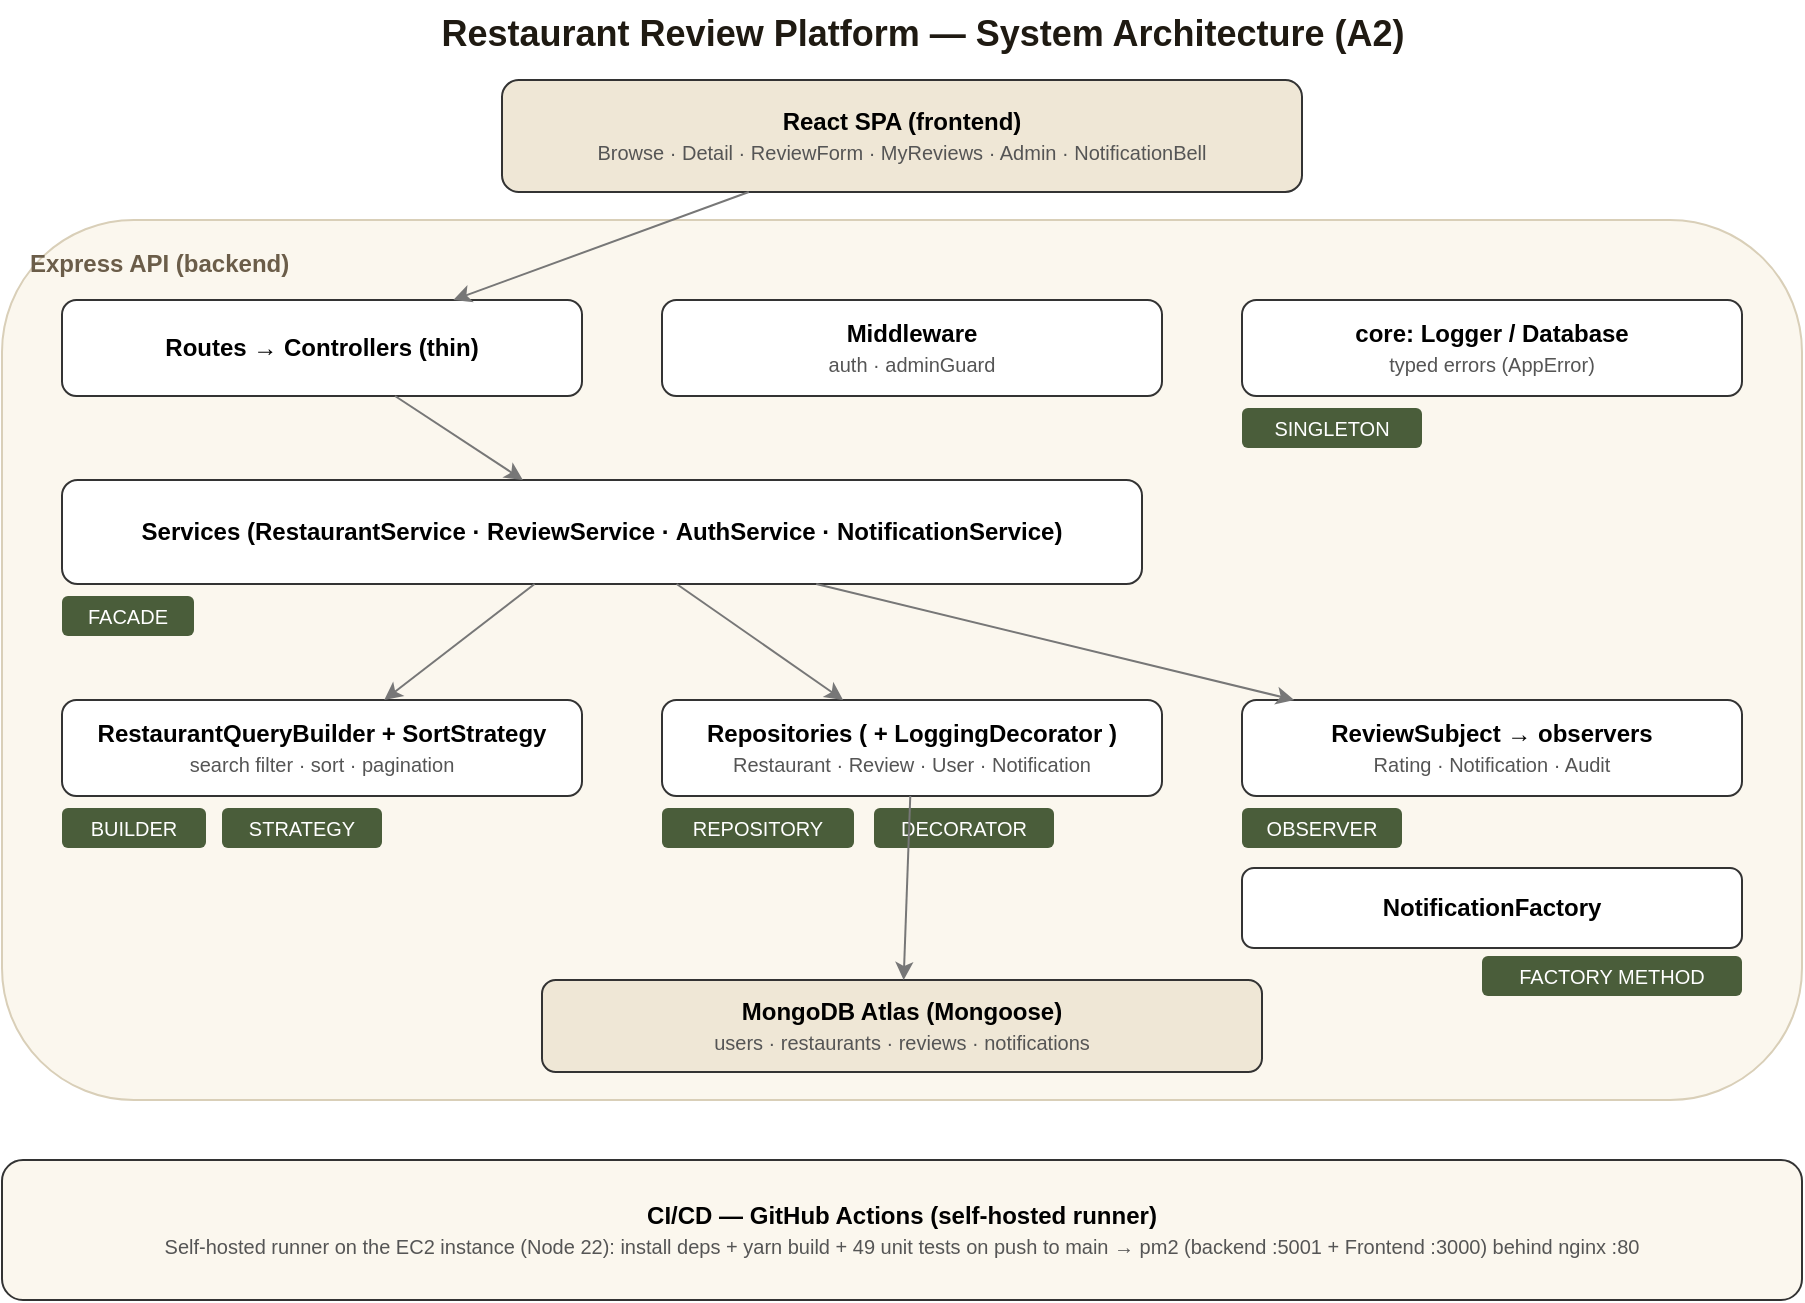
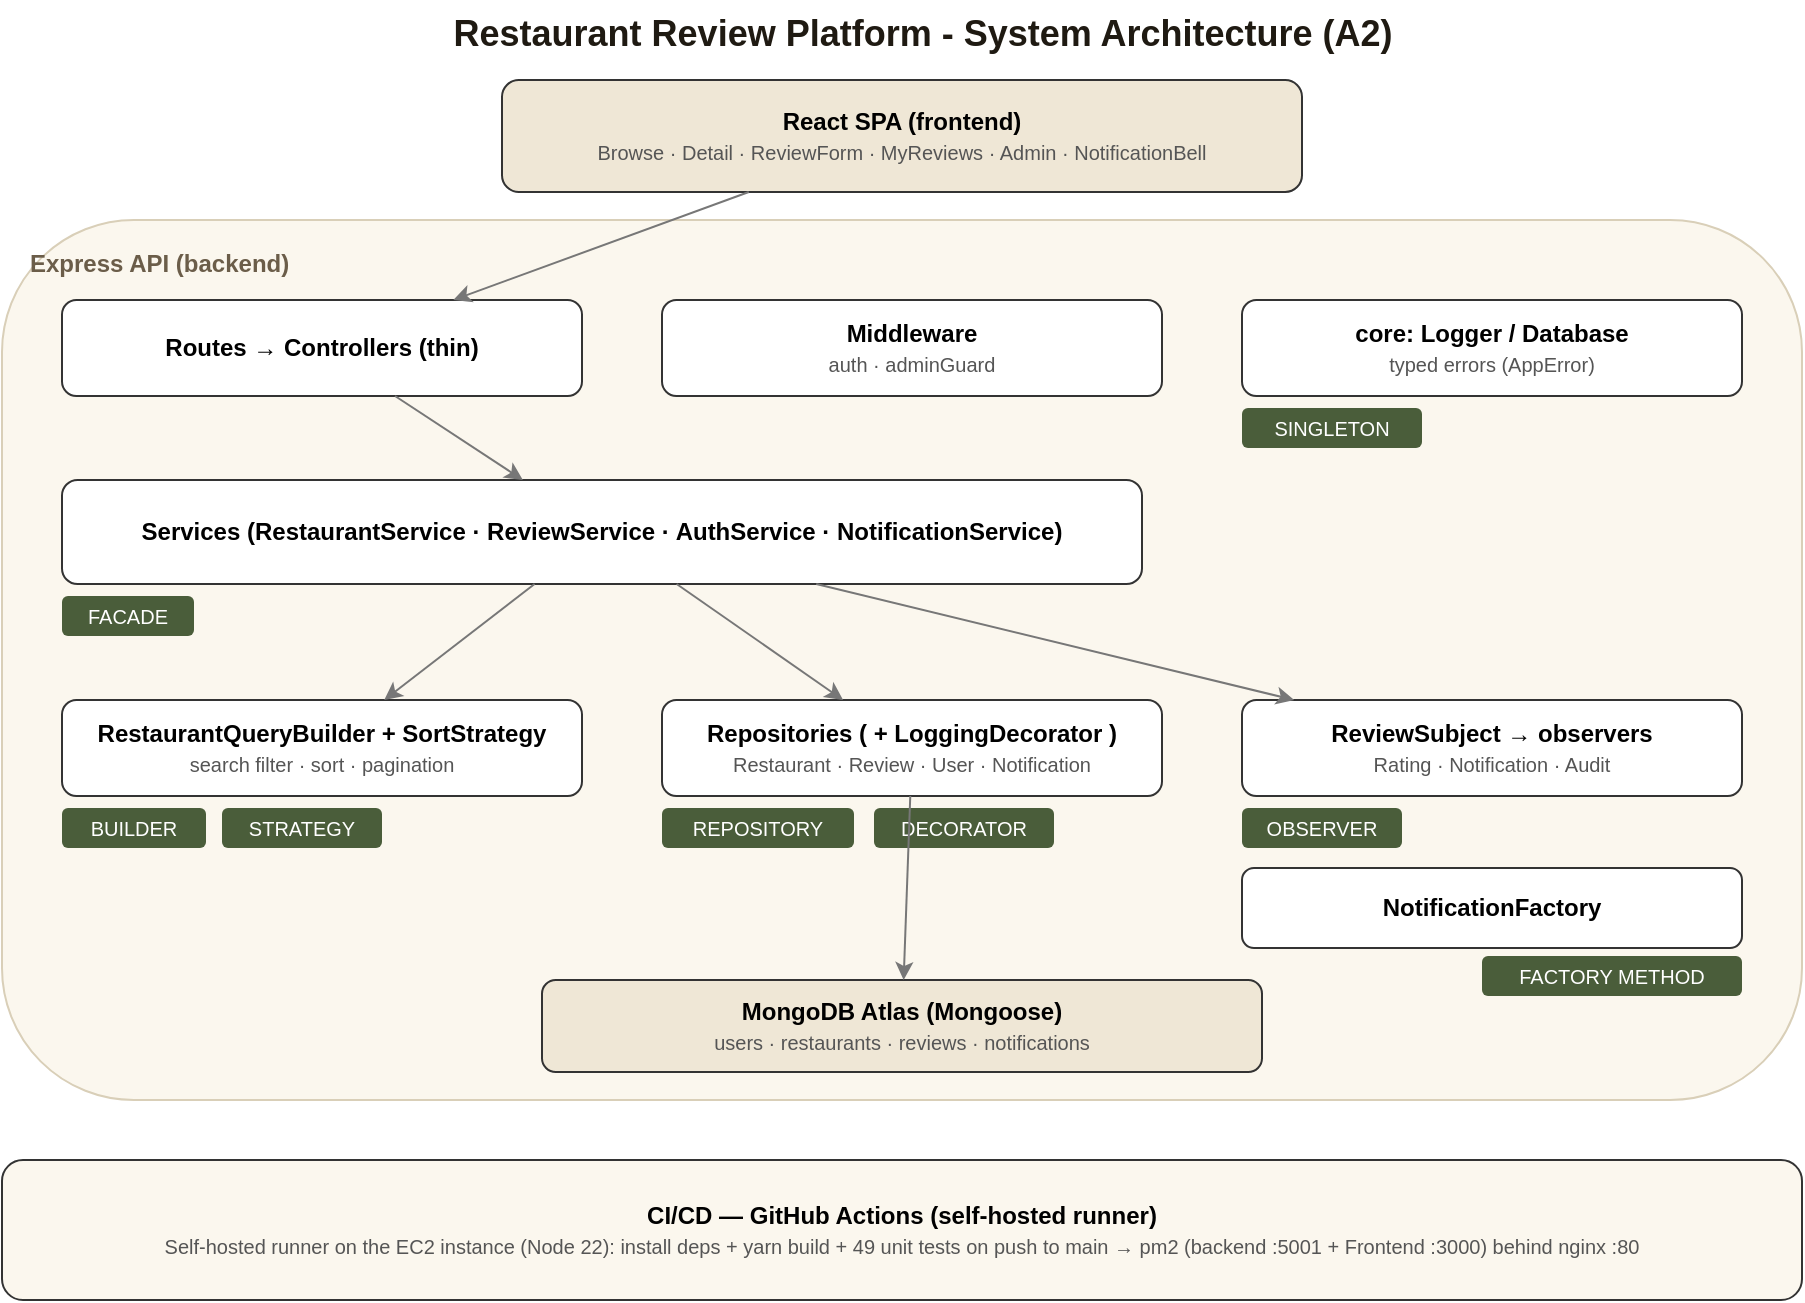
<mxfile host="app.diagrams.net">
  <diagram name="A2 Architecture" id="XVUYh14gW6tMlPhv5NIC">
    <mxGraphModel dx="1212" dy="661" grid="1" gridSize="10" guides="1" tooltips="1" connect="1" arrows="1" fold="1" page="1" pageScale="1" pageWidth="827" pageHeight="1169" math="0" shadow="0">
      <root>
        <mxCell id="0" />
        <mxCell id="1" parent="0" />
-         <mxCell id="4VYVwwqch_8uv3UDrX3S-1" parent="1" style="text;html=1;align=center;fontSize=18;fontStyle=1;fontColor=#1F1A12;" value="Restaurant Review Platform — System Architecture (A2)" vertex="1">
+         <mxCell id="4VYVwwqch_8uv3UDrX3S-1" parent="1" style="text;html=1;align=center;fontSize=18;fontStyle=1;fontColor=#1F1A12;" value="Restaurant Review Platform - System Architecture (A2)" vertex="1">
          <mxGeometry height="30" width="600" x="350" y="180" as="geometry" />
        </mxCell>
        <mxCell id="4VYVwwqch_8uv3UDrX3S-2" parent="1" style="rounded=1;whiteSpace=wrap;html=1;fillColor=#FBF7EE;strokeColor=#D9CFB8;verticalAlign=top;align=left;spacingLeft=12;spacingTop=8;fontSize=12;fontStyle=1;fontColor=#6B5D49;" value="Express API (backend)" vertex="1">
          <mxGeometry height="440" width="900" x="190" y="290" as="geometry" />
        </mxCell>
        <mxCell id="4VYVwwqch_8uv3UDrX3S-3" parent="1" style="rounded=1;whiteSpace=wrap;html=1;fillColor=#EFE7D6;strokeColor=#333333;fontSize=12;" value="&lt;b&gt;React SPA (frontend)&lt;/b&gt;&lt;br&gt;&lt;font style=&#39;font-size:10px;color:#555&#39;&gt;Browse · Detail · ReviewForm · MyReviews · Admin · NotificationBell&lt;/font&gt;" vertex="1">
          <mxGeometry height="56" width="400" x="440" y="220" as="geometry" />
        </mxCell>
        <mxCell id="4VYVwwqch_8uv3UDrX3S-4" parent="1" style="rounded=1;whiteSpace=wrap;html=1;fillColor=#FFFFFF;strokeColor=#333333;fontSize=12;" value="&lt;b&gt;Routes → Controllers (thin)&lt;/b&gt;" vertex="1">
          <mxGeometry height="48" width="260" x="220" y="330" as="geometry" />
        </mxCell>
        <mxCell id="4VYVwwqch_8uv3UDrX3S-5" parent="1" style="rounded=1;whiteSpace=wrap;html=1;fillColor=#FFFFFF;strokeColor=#333333;fontSize=12;" value="&lt;b&gt;Middleware&lt;/b&gt;&lt;br&gt;&lt;font style=&#39;font-size:10px;color:#555&#39;&gt;auth · adminGuard&lt;/font&gt;" vertex="1">
          <mxGeometry height="48" width="250" x="520" y="330" as="geometry" />
        </mxCell>
        <mxCell id="4VYVwwqch_8uv3UDrX3S-6" parent="1" style="rounded=1;whiteSpace=wrap;html=1;fillColor=#FFFFFF;strokeColor=#333333;fontSize=12;" value="&lt;b&gt;core: Logger / Database&lt;/b&gt;&lt;br&gt;&lt;font style=&#39;font-size:10px;color:#555&#39;&gt;typed errors (AppError)&lt;/font&gt;" vertex="1">
          <mxGeometry height="48" width="250" x="810" y="330" as="geometry" />
        </mxCell>
        <mxCell id="4VYVwwqch_8uv3UDrX3S-7" parent="1" style="rounded=1;whiteSpace=wrap;html=1;fillColor=#4A5D3A;strokeColor=none;fontColor=#FFFFFF;fontSize=10;" value="SINGLETON" vertex="1">
          <mxGeometry height="20" width="90" x="810" y="384" as="geometry" />
        </mxCell>
        <mxCell id="4VYVwwqch_8uv3UDrX3S-8" parent="1" style="rounded=1;whiteSpace=wrap;html=1;fillColor=#FFFFFF;strokeColor=#333333;fontSize=12;" value="&lt;b&gt;Services (RestaurantService · ReviewService · AuthService · NotificationService)&lt;/b&gt;" vertex="1">
          <mxGeometry height="52" width="540" x="220" y="420" as="geometry" />
        </mxCell>
        <mxCell id="4VYVwwqch_8uv3UDrX3S-9" parent="1" style="rounded=1;whiteSpace=wrap;html=1;fillColor=#4A5D3A;strokeColor=none;fontColor=#FFFFFF;fontSize=10;" value="FACADE" vertex="1">
          <mxGeometry height="20" width="66" x="220" y="478" as="geometry" />
        </mxCell>
        <mxCell id="4VYVwwqch_8uv3UDrX3S-10" parent="1" style="rounded=1;whiteSpace=wrap;html=1;fillColor=#FFFFFF;strokeColor=#333333;fontSize=12;" value="&lt;b&gt;RestaurantQueryBuilder + SortStrategy&lt;/b&gt;&lt;br&gt;&lt;font style=&#39;font-size:10px;color:#555&#39;&gt;search filter · sort · pagination&lt;/font&gt;" vertex="1">
          <mxGeometry height="48" width="260" x="220" y="530" as="geometry" />
        </mxCell>
        <mxCell id="4VYVwwqch_8uv3UDrX3S-11" parent="1" style="rounded=1;whiteSpace=wrap;html=1;fillColor=#4A5D3A;strokeColor=none;fontColor=#FFFFFF;fontSize=10;" value="BUILDER" vertex="1">
          <mxGeometry height="20" width="72" x="220" y="584" as="geometry" />
        </mxCell>
        <mxCell id="4VYVwwqch_8uv3UDrX3S-12" parent="1" style="rounded=1;whiteSpace=wrap;html=1;fillColor=#4A5D3A;strokeColor=none;fontColor=#FFFFFF;fontSize=10;" value="STRATEGY" vertex="1">
          <mxGeometry height="20" width="80" x="300" y="584" as="geometry" />
        </mxCell>
        <mxCell id="4VYVwwqch_8uv3UDrX3S-13" parent="1" style="rounded=1;whiteSpace=wrap;html=1;fillColor=#FFFFFF;strokeColor=#333333;fontSize=12;" value="&lt;b&gt;Repositories ( + LoggingDecorator )&lt;/b&gt;&lt;br&gt;&lt;font style=&#39;font-size:10px;color:#555&#39;&gt;Restaurant · Review · User · Notification&lt;/font&gt;" vertex="1">
          <mxGeometry height="48" width="250" x="520" y="530" as="geometry" />
        </mxCell>
        <mxCell id="4VYVwwqch_8uv3UDrX3S-14" parent="1" style="rounded=1;whiteSpace=wrap;html=1;fillColor=#4A5D3A;strokeColor=none;fontColor=#FFFFFF;fontSize=10;" value="REPOSITORY" vertex="1">
          <mxGeometry height="20" width="96" x="520" y="584" as="geometry" />
        </mxCell>
        <mxCell id="4VYVwwqch_8uv3UDrX3S-15" parent="1" style="rounded=1;whiteSpace=wrap;html=1;fillColor=#4A5D3A;strokeColor=none;fontColor=#FFFFFF;fontSize=10;" value="DECORATOR" vertex="1">
          <mxGeometry height="20" width="90" x="626" y="584" as="geometry" />
        </mxCell>
        <mxCell id="4VYVwwqch_8uv3UDrX3S-16" parent="1" style="rounded=1;whiteSpace=wrap;html=1;fillColor=#FFFFFF;strokeColor=#333333;fontSize=12;" value="&lt;b&gt;ReviewSubject → observers&lt;/b&gt;&lt;br&gt;&lt;font style=&#39;font-size:10px;color:#555&#39;&gt;Rating · Notification · Audit&lt;/font&gt;" vertex="1">
          <mxGeometry height="48" width="250" x="810" y="530" as="geometry" />
        </mxCell>
        <mxCell id="4VYVwwqch_8uv3UDrX3S-17" parent="1" style="rounded=1;whiteSpace=wrap;html=1;fillColor=#4A5D3A;strokeColor=none;fontColor=#FFFFFF;fontSize=10;" value="OBSERVER" vertex="1">
          <mxGeometry height="20" width="80" x="810" y="584" as="geometry" />
        </mxCell>
        <mxCell id="4VYVwwqch_8uv3UDrX3S-18" parent="1" style="rounded=1;whiteSpace=wrap;html=1;fillColor=#FFFFFF;strokeColor=#333333;fontSize=12;" value="&lt;b&gt;NotificationFactory&lt;/b&gt;" vertex="1">
          <mxGeometry height="40" width="250" x="810" y="614" as="geometry" />
        </mxCell>
        <mxCell id="4VYVwwqch_8uv3UDrX3S-19" parent="1" style="rounded=1;whiteSpace=wrap;html=1;fillColor=#4A5D3A;strokeColor=none;fontColor=#FFFFFF;fontSize=10;" value="FACTORY METHOD" vertex="1">
          <mxGeometry height="20" width="130" x="930" y="658" as="geometry" />
        </mxCell>
        <mxCell id="4VYVwwqch_8uv3UDrX3S-20" parent="1" style="rounded=1;whiteSpace=wrap;html=1;fillColor=#EFE7D6;strokeColor=#333333;fontSize=12;" value="&lt;b&gt;MongoDB Atlas (Mongoose)&lt;/b&gt;&lt;br&gt;&lt;font style=&#39;font-size:10px;color:#555&#39;&gt;users · restaurants · reviews · notifications&lt;/font&gt;" vertex="1">
          <mxGeometry height="46" width="360" x="460" y="670" as="geometry" />
        </mxCell>
        <mxCell id="4VYVwwqch_8uv3UDrX3S-21" parent="1" style="rounded=1;whiteSpace=wrap;html=1;fillColor=#FBF7EE;strokeColor=#333333;fontSize=12;" value="&lt;b&gt;CI/CD — GitHub Actions (self-hosted runner)&lt;/b&gt;&lt;br&gt;&lt;font style=&#39;font-size:10px;color:#555&#39;&gt;Self-hosted runner on the EC2 instance (Node 22): install deps + yarn build + 49 unit tests on push to main → pm2 (backend :5001 + Frontend :3000) behind nginx :80&lt;/font&gt;" vertex="1">
          <mxGeometry height="70" width="900" x="190" y="760" as="geometry" />
        </mxCell>
        <mxCell id="4VYVwwqch_8uv3UDrX3S-22" edge="1" parent="1" source="4VYVwwqch_8uv3UDrX3S-3" style="endArrow=classic;html=1;strokeColor=#777777;fontColor=#555;" target="4VYVwwqch_8uv3UDrX3S-4">
          <mxGeometry relative="1" as="geometry" />
        </mxCell>
        <mxCell id="4VYVwwqch_8uv3UDrX3S-23" edge="1" parent="1" source="4VYVwwqch_8uv3UDrX3S-4" style="endArrow=classic;html=1;strokeColor=#777777;" target="4VYVwwqch_8uv3UDrX3S-8">
          <mxGeometry relative="1" as="geometry" />
        </mxCell>
        <mxCell id="4VYVwwqch_8uv3UDrX3S-24" edge="1" parent="1" source="4VYVwwqch_8uv3UDrX3S-8" style="endArrow=classic;html=1;strokeColor=#777777;" target="4VYVwwqch_8uv3UDrX3S-10">
          <mxGeometry relative="1" as="geometry" />
        </mxCell>
        <mxCell id="4VYVwwqch_8uv3UDrX3S-25" edge="1" parent="1" source="4VYVwwqch_8uv3UDrX3S-8" style="endArrow=classic;html=1;strokeColor=#777777;" target="4VYVwwqch_8uv3UDrX3S-13">
          <mxGeometry relative="1" as="geometry" />
        </mxCell>
        <mxCell id="4VYVwwqch_8uv3UDrX3S-26" edge="1" parent="1" source="4VYVwwqch_8uv3UDrX3S-8" style="endArrow=classic;html=1;strokeColor=#777777;" target="4VYVwwqch_8uv3UDrX3S-16">
          <mxGeometry relative="1" as="geometry" />
        </mxCell>
        <mxCell id="4VYVwwqch_8uv3UDrX3S-27" edge="1" parent="1" source="4VYVwwqch_8uv3UDrX3S-13" style="endArrow=classic;html=1;strokeColor=#777777;" target="4VYVwwqch_8uv3UDrX3S-20">
          <mxGeometry relative="1" as="geometry" />
        </mxCell>
      </root>
    </mxGraphModel>
  </diagram>
</mxfile>
